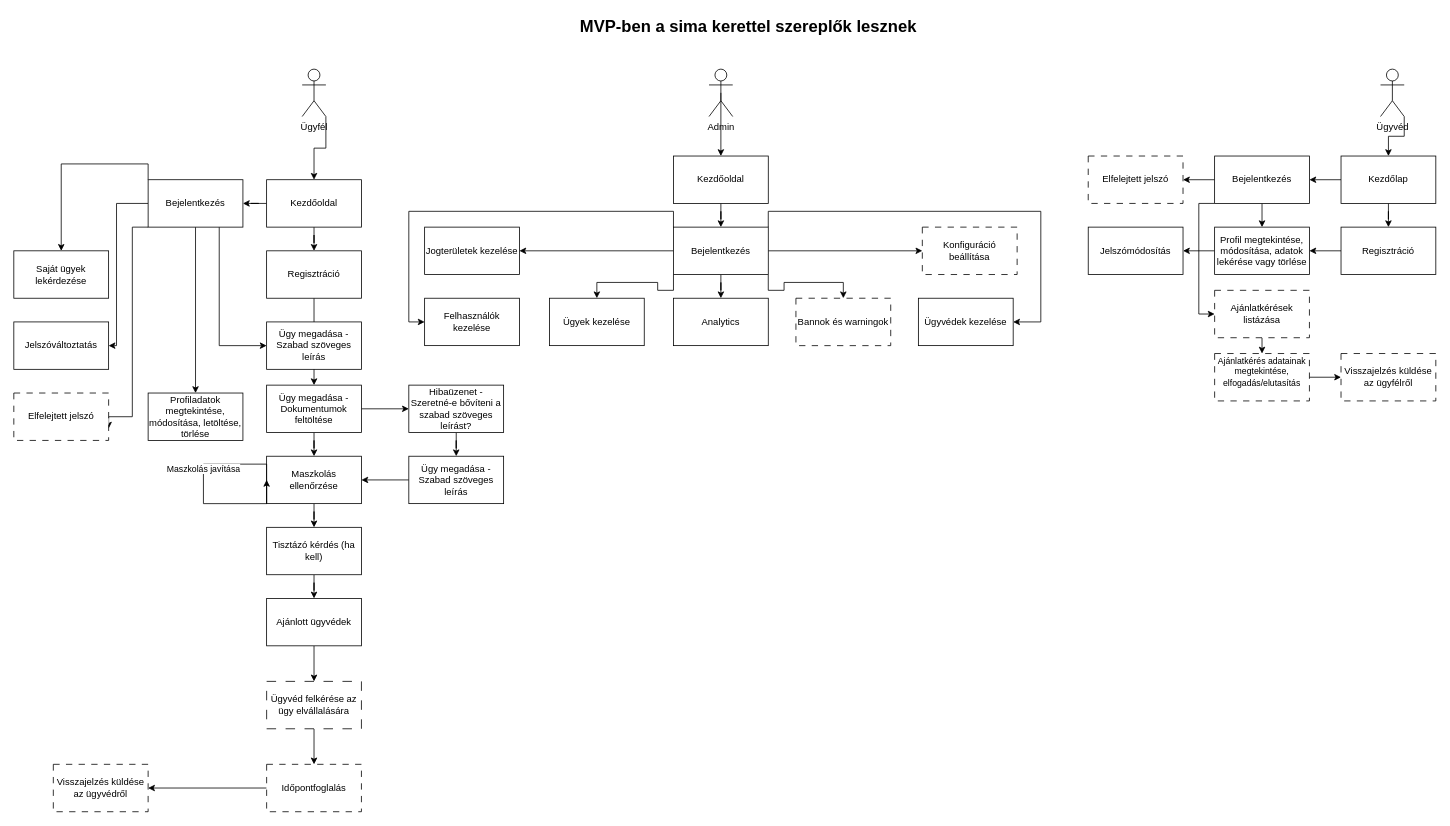
This is docs/Pageflow-vázlat/Pageflow-vázlat.drawio from LaszloHerczeg/Thesis, a draw.io file, before an edit. Source tidied: cells renumbered, new cells numbered last; positions are measured from the earlier drawing's top-left corner, leaving out a move shared by most shapes. Both pictures are drawn from the tidied source at 79%, with x=0, y=0 at pixel (13, 13).
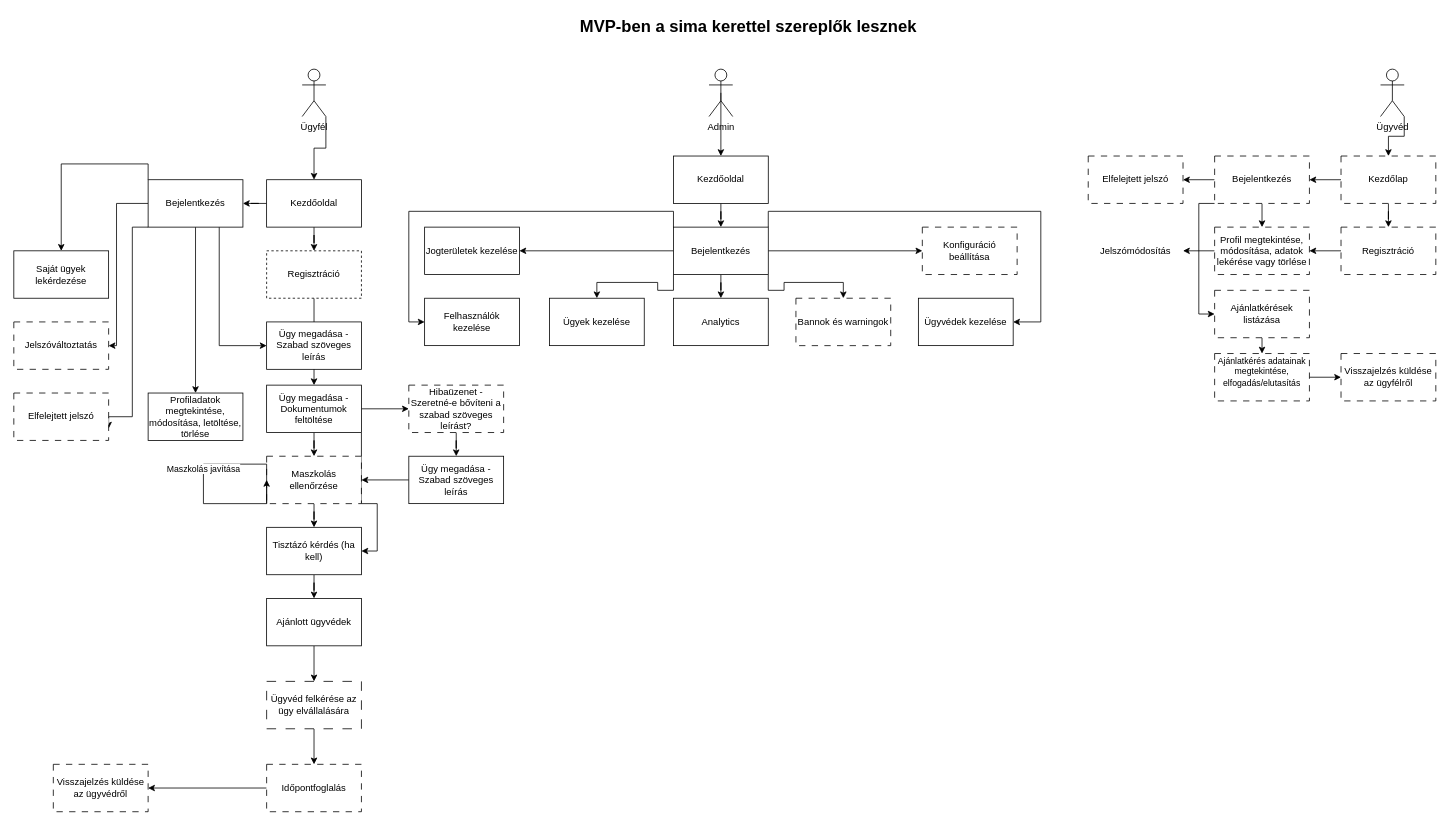
Above is the later version.

The change refers to these unchanged cells:
```xml
<mxCell id="12" value="Ügy megadása - Dokumentumok feltöltése" style="rounded=0;whiteSpace=wrap;html=1;" parent="1" vertex="1">
  <mxGeometry x="320" y="470" width="120" height="60" as="geometry" />
</mxCell>
<mxCell id="20" value="Tisztázó kérdés (ha kell)" style="rounded=0;whiteSpace=wrap;html=1;" parent="1" vertex="1">
  <mxGeometry x="320" y="650" width="120" height="60" as="geometry" />
</mxCell>
```

The edit, as a diff of the source:
```diff
@@
-    <mxCell id="8" value="Regisztráció" style="rounded=0;whiteSpace=wrap;html=1;" parent="1" vertex="1">
+    <mxCell id="8" value="Regisztráció" style="rounded=0;whiteSpace=wrap;html=1;dashed=1;" parent="1" vertex="1">
       <mxGeometry x="320" y="300" width="120" height="60" as="geometry" />
     </mxCell>
@@
+    <mxCell id="80" style="edgeStyle=orthogonalEdgeStyle;rounded=0;jettySize=auto;html=1;exitX=1;exitY=1;exitDx=0;exitDy=0;" parent="1" edge="1" source="12" target="20">
+      <mxGeometry relative="1" as="geometry">
+        <Array as="points">
+          <mxPoint x="440" y="620" />
+          <mxPoint x="460" y="620" />
+          <mxPoint x="460" y="680" />
+        </Array>
+      </mxGeometry>
+    </mxCell>
@@
-    <mxCell id="16" value="Hibaüzenet - Szeretné-e bővíteni a szabad szöveges leírást?" style="rounded=0;whiteSpace=wrap;html=1;" parent="1" vertex="1">
+    <mxCell id="16" value="Hibaüzenet - Szeretné-e bővíteni a szabad szöveges leírást?" style="rounded=0;whiteSpace=wrap;html=1;dashed=1;dashPattern=8 8;" parent="1" vertex="1">
       <mxGeometry x="500" y="470" width="120" height="60" as="geometry" />
     </mxCell>
@@
-    <mxCell id="18" value="Maszkolás ellenőrzése" style="rounded=0;whiteSpace=wrap;html=1;" parent="1" vertex="1">
+    <mxCell id="18" value="Maszkolás ellenőrzése" style="rounded=0;whiteSpace=wrap;html=1;dashed=1;dashPattern=8 8;" parent="1" vertex="1">
       <mxGeometry x="320" y="560" width="120" height="60" as="geometry" />
     </mxCell>
@@
-    <mxCell id="27" value="Jelszóváltoztatás" style="rounded=0;whiteSpace=wrap;html=1;" parent="1" vertex="1">
+    <mxCell id="27" value="Jelszóváltoztatás" style="rounded=0;whiteSpace=wrap;html=1;dashed=1;dashPattern=8 8;" parent="1" vertex="1">
       <mxGeometry y="390" width="120" height="60" as="geometry" />
     </mxCell>
@@
-    <mxCell id="45" value="Kezdőlap" style="rounded=0;whiteSpace=wrap;html=1;" parent="1" vertex="1">
+    <mxCell id="45" value="Kezdőlap" style="rounded=0;whiteSpace=wrap;html=1;dashed=1;dashPattern=8 8;" parent="1" vertex="1">
       <mxGeometry x="1680" y="180" width="120" height="60" as="geometry" />
     </mxCell>
@@
-    <mxCell id="47" value="Regisztráció" style="rounded=0;whiteSpace=wrap;html=1;" parent="1" vertex="1">
+    <mxCell id="47" value="Regisztráció" style="rounded=0;whiteSpace=wrap;html=1;dashed=1;dashPattern=8 8;" parent="1" vertex="1">
       <mxGeometry x="1680" y="270" width="120" height="60" as="geometry" />
     </mxCell>
@@
-    <mxCell id="49" value="Profil megtekintése, módosítása, adatok lekérése vagy törlése" style="rounded=0;whiteSpace=wrap;html=1;" parent="1" vertex="1">
+    <mxCell id="49" value="Profil megtekintése, módosítása, adatok lekérése vagy törlése" style="rounded=0;whiteSpace=wrap;html=1;dashed=1;dashPattern=8 8;" parent="1" vertex="1">
       <mxGeometry x="1520" y="270" width="120" height="60" as="geometry" />
     </mxCell>
@@
-    <mxCell id="54" value="Jelszómódosítás" style="rounded=0;whiteSpace=wrap;html=1;" parent="1" vertex="1">
+    <mxCell id="54" value="Jelszómódosítás" style="rounded=0;whiteSpace=wrap;html=1;strokeColor=none;dashed=1;dashPattern=8 8;" parent="1" vertex="1">
       <mxGeometry x="1360" y="270" width="120" height="60" as="geometry" />
     </mxCell>
@@
-    <mxCell id="60" value="Bejelentkezés" style="rounded=0;whiteSpace=wrap;html=1;" parent="1" vertex="1">
+    <mxCell id="60" value="Bejelentkezés" style="rounded=0;whiteSpace=wrap;html=1;dashed=1;dashPattern=8 8;" parent="1" vertex="1">
       <mxGeometry x="1520" y="180" width="120" height="60" as="geometry" />
     </mxCell>
```
